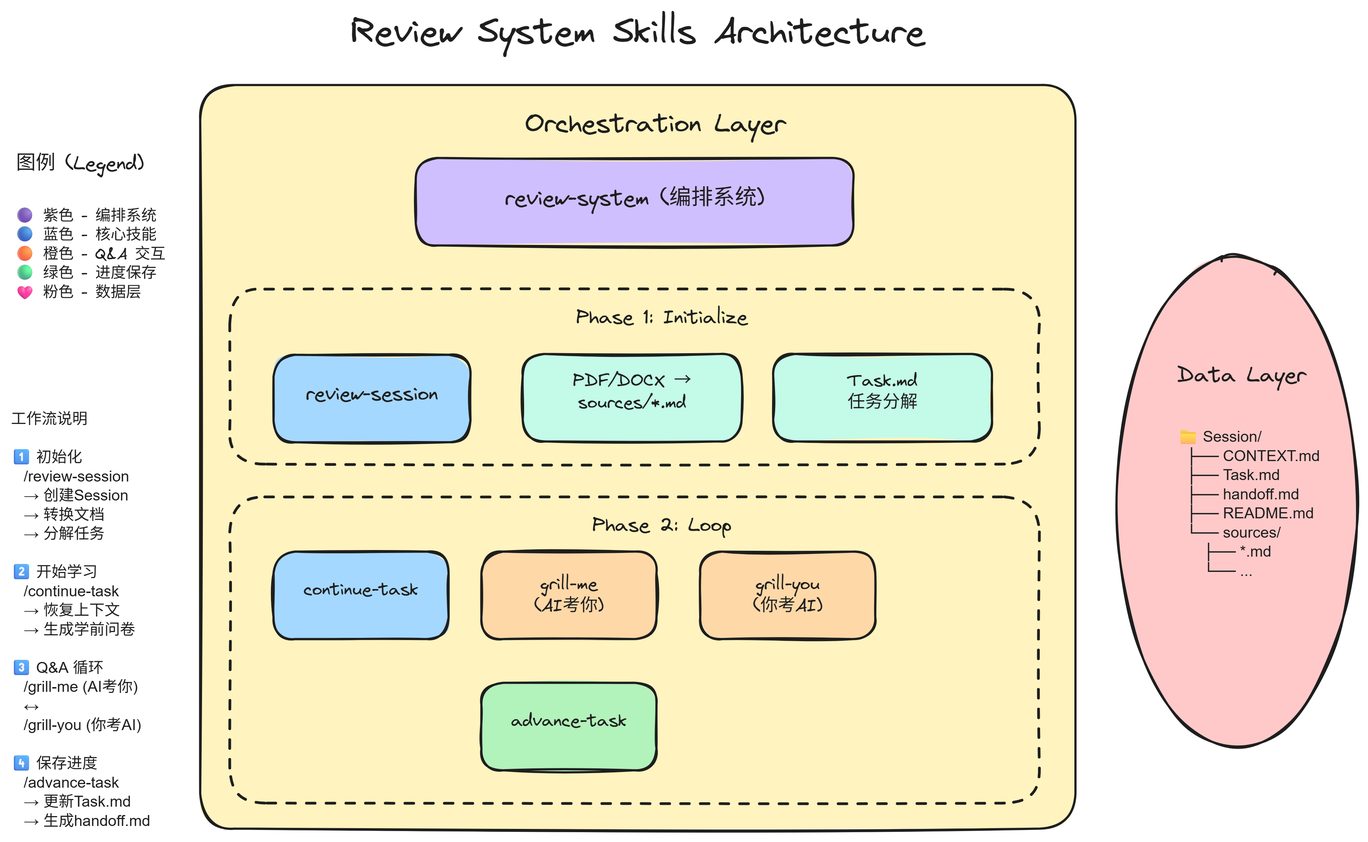
Earlier version of the Excalidraw export Review System Skills Architecture.png (Joeowo/Review-System-Skills). Source tidied: one line per element, renumbered; positions are measured from the earlier drawing's top-left corner, leaving out a move shared by most shapes.
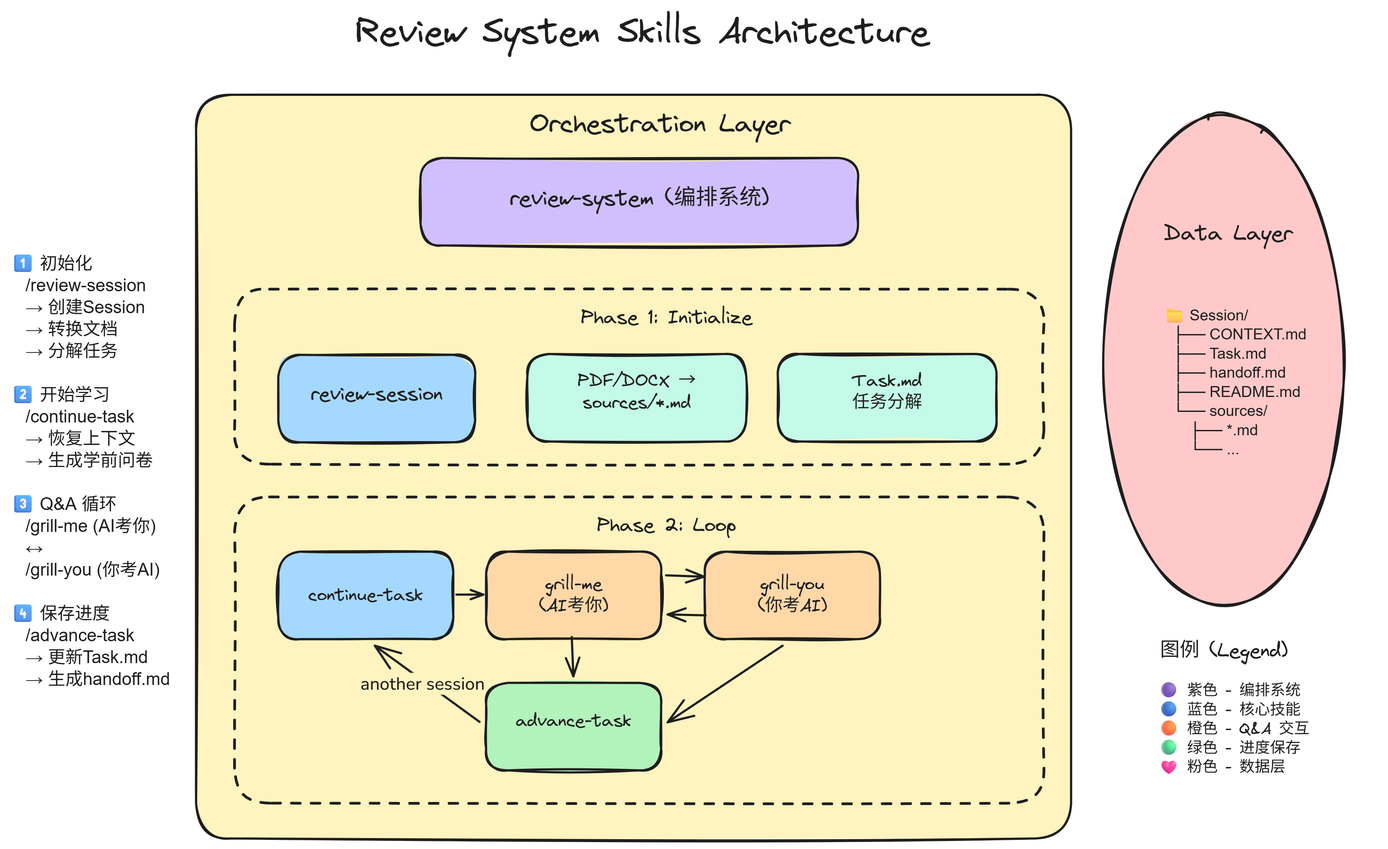
After the change.

Commit message:
Update README to align with new architecture diagram

- Simplified from 3-layer to 2-layer architecture (Orchestration + Data)
- Updated color coding legend to match new diagram
- Clarified Phase 1 (Initialize) and Phase 2 (Loop) flow

The edit, as a diff of the source:
```diff
@@ -1,5 +1,5 @@
 {"id": 0, "type": "text", "text": "Review System Skills Architecture", "strokeColor": "#1e1e1e", "strokeWidth": 2, "roughness": 1, "fontSize": 32, "fontFamily": 1, "textAlign": "center", "x": 311, "y": 0, "width": 525, "height": 40}
-{"id": 1, "type": "rectangle", "strokeColor": "#1e1e1e", "backgroundColor": "#fff3bf", "fillStyle": "solid", "strokeWidth": 2, "roughness": 1, "round": true, "x": 173, "y": 68, "width": 800, "height": 680}
+{"id": 1, "type": "rectangle", "strokeColor": "#1e1e1e", "backgroundColor": "#fff3bf", "fillStyle": "solid", "strokeWidth": 2, "roughness": 1, "round": true, "x": 165, "y": 77, "width": 800, "height": 680}
 {"id": 2, "type": "text", "text": "Orchestration Layer", "strokeColor": "#1e1e1e", "strokeWidth": 2, "roughness": 1, "fontSize": 24, "fontFamily": 1, "textAlign": "center", "verticalAlign": "middle", "x": 470, "y": 89, "width": 238, "height": 30}
 {"id": 3, "type": "rectangle", "strokeColor": "#1e1e1e", "backgroundColor": "#d0bfff", "fillStyle": "solid", "strokeWidth": 2, "roughness": 1, "round": true, "x": 370, "y": 134, "width": 400, "height": 80}
 {"id": 4, "type": "text", "text": "review-system (编排系统)", "strokeColor": "#1e1e1e", "strokeWidth": 2, "roughness": 1, "fontSize": 20, "fontFamily": 1, "textAlign": "center", "verticalAlign": "middle", "inside": 3, "x": 380, "y": 159, "width": 380, "height": 30}
@@ -14,16 +14,23 @@
 {"id": 13, "type": "rectangle", "strokeColor": "#1e1e1e", "strokeWidth": 2, "strokeStyle": "dashed", "roughness": 1, "round": true, "x": 200, "y": 444, "width": 740, "height": 280}
 {"id": 14, "type": "text", "text": "Phase 2: Loop", "strokeColor": "#1e1e1e", "strokeWidth": 2, "roughness": 1, "fontSize": 18, "fontFamily": 1, "textAlign": "center", "verticalAlign": "middle", "x": 520, "y": 459, "width": 150, "height": 25}
 {"id": 15, "type": "rectangle", "strokeColor": "#1e1e1e", "backgroundColor": "#a5d8ff", "fillStyle": "solid", "strokeWidth": 2, "roughness": 1, "round": true, "x": 240, "y": 494, "width": 160, "height": 80}
-{"id": 16, "type": "text", "text": "continue-task", "strokeColor": "#1e1e1e", "strokeWidth": 2, "roughness": 1, "fontSize": 16, "fontFamily": 1, "textAlign": "center", "verticalAlign": "middle", "inside": 15, "x": 250, "y": 519, "width": 140, "height": 30}
+{"id": 16, "type": "text", "text": "continue-task", "strokeColor": "#1e1e1e", "strokeWidth": 2, "roughness": 1, "fontSize": 16, "fontFamily": 1, "textAlign": "center", "verticalAlign": "middle", "inside": 15, "x": 268, "y": 524, "width": 105, "height": 20}
 {"id": 17, "type": "rectangle", "strokeColor": "#1e1e1e", "backgroundColor": "#ffd8a8", "fillStyle": "solid", "strokeWidth": 2, "roughness": 1, "round": true, "x": 430, "y": 494, "width": 160, "height": 80}
 {"id": 18, "type": "text", "text": "grill-me\n(AI考你)", "strokeColor": "#1e1e1e", "strokeWidth": 2, "roughness": 1, "fontSize": 16, "fontFamily": 1, "textAlign": "center", "verticalAlign": "middle", "inside": 17, "x": 478, "y": 514, "width": 63, "height": 40}
 {"id": 19, "type": "rectangle", "strokeColor": "#1e1e1e", "backgroundColor": "#ffd8a8", "fillStyle": "solid", "strokeWidth": 2, "roughness": 1, "round": true, "x": 630, "y": 494, "width": 160, "height": 80}
 {"id": 20, "type": "text", "text": "grill-you\n(你考AI)", "strokeColor": "#1e1e1e", "strokeWidth": 2, "roughness": 1, "fontSize": 16, "fontFamily": 1, "textAlign": "center", "verticalAlign": "middle", "inside": 19, "x": 678, "y": 514, "width": 63, "height": 40}
 {"id": 21, "type": "rectangle", "strokeColor": "#1e1e1e", "backgroundColor": "#b2f2bb", "fillStyle": "solid", "strokeWidth": 2, "roughness": 1, "round": true, "x": 430, "y": 614, "width": 160, "height": 80}
 {"id": 22, "type": "text", "text": "advance-task", "strokeColor": "#1e1e1e", "strokeWidth": 2, "roughness": 1, "fontSize": 16, "fontFamily": 1, "textAlign": "center", "verticalAlign": "middle", "inside": 21, "x": 440, "y": 639, "width": 140, "height": 30}
-{"id": 23, "type": "ellipse", "strokeColor": "#1e1e1e", "backgroundColor": "#ffc9c9", "fillStyle": "solid", "strokeWidth": 2, "roughness": 1, "round": true, "x": 1010, "y": 224, "width": 220, "height": 450}
+{"id": 23, "type": "ellipse", "strokeColor": "#1e1e1e", "backgroundColor": "#ffc9c9", "fillStyle": "solid", "strokeWidth": 2, "roughness": 1, "round": true, "x": 994, "y": 94, "width": 220, "height": 450}
-{"id": 24, "type": "text", "text": "Data Layer", "strokeColor": "#1e1e1e", "strokeWidth": 2, "roughness": 1, "fontSize": 20, "fontFamily": 1, "textAlign": "center", "verticalAlign": "middle", "x": 1065, "y": 321, "width": 120, "height": 30}
+{"id": 24, "type": "text", "text": "Data Layer", "strokeColor": "#1e1e1e", "strokeWidth": 2, "roughness": 1, "fontSize": 20, "fontFamily": 1, "textAlign": "center", "verticalAlign": "middle", "x": 1049, "y": 191, "width": 120, "height": 30}
-{"id": 25, "type": "text", "text": "📁 Session/\n  ├── CONTEXT.md\n  ├── Task.md\n  ├── handoff.md\n  ├── README.md\n  └── sources/\n      ├── *.md\n      └── ...", "strokeColor": "#1e1e1e", "strokeWidth": 2, "roughness": 1, "fontSize": 14, "fontFamily": 2, "x": 1066, "y": 381, "width": 160, "height": 340}
+{"id": 25, "type": "text", "text": "📁 Session/\n  ├── CONTEXT.md\n  ├── Task.md\n  ├── handoff.md\n  ├── README.md\n  └── sources/\n      ├── *.md\n      └── ...", "strokeColor": "#1e1e1e", "strokeWidth": 2, "roughness": 1, "fontSize": 14, "fontFamily": 2, "x": 1050, "y": 270, "width": 160, "height": 340}
-{"id": 26, "type": "text", "text": "图例 (Legend)", "strokeColor": "#1e1e1e", "strokeWidth": 2, "roughness": 1, "fontSize": 18, "fontFamily": 1, "verticalAlign": "middle", "x": 5, "y": 129, "width": 117, "height": 22}
+{"id": 26, "type": "text", "text": "图例 (Legend)", "strokeColor": "#1e1e1e", "strokeWidth": 2, "roughness": 1, "fontSize": 18, "fontFamily": 1, "verticalAlign": "middle", "x": 1046, "y": 574, "width": 117, "height": 22}
-{"id": 27, "type": "text", "text": "🟣 紫色 - 编排系统\n🔵 蓝色 - 核心技能\n🟠 橙色 - Q&A 交互\n🟢 绿色 - 进度保存\n🩷 粉色 - 数据层", "strokeColor": "#1e1e1e", "strokeWidth": 2, "roughness": 1, "fontSize": 14, "fontFamily": 1, "x": 3, "y": 179, "width": 200, "height": 130}
+{"id": 27, "type": "text", "text": "🟣 紫色 - 编排系统\n🔵 蓝色 - 核心技能\n🟠 橙色 - Q&A 交互\n🟢 绿色 - 进度保存\n🩷 粉色 - 数据层", "strokeColor": "#1e1e1e", "strokeWidth": 2, "roughness": 1, "fontSize": 14, "fontFamily": 1, "x": 1045, "y": 613, "width": 200, "height": 130}
-{"id": 28, "type": "text", "text": "工作流说明\n\n1️⃣ 初始化\n   /review-session\n   → 创建Session\n   → 转换文档\n   → 分解任务\n\n2️⃣ 开始学习\n   /continue-task\n   → 恢复上下文\n   → 生成学前问卷\n\n3️⃣ Q&A 循环\n   /grill-me (AI考你)\n   ↔\n   /grill-you (你考AI)\n\n4️⃣ 保存进度\n   /advance-task\n   → 更新Task.md\n   → 生成handoff.md", "strokeColor": "#1e1e1e", "backgroundColor": "#f8f9fa", "fillStyle": "solid", "strokeWidth": 2, "strokeStyle": "dashed", "roughness": 1, "fontSize": 14, "fontFamily": 2, "x": 0, "y": 365, "width": 127, "height": 385}
+{"id": 28, "type": "text", "text": "\n\n1️⃣ 初始化\n   /review-session\n   → 创建Session\n   → 转换文档\n   → 分解任务\n\n2️⃣ 开始学习\n   /continue-task\n   → 恢复上下文\n   → 生成学前问卷\n\n3️⃣ Q&A 循环\n   /grill-me (AI考你)\n   ↔\n   /grill-you (你考AI)\n\n4️⃣ 保存进度\n   /advance-task\n   → 更新Task.md\n   → 生成handoff.md", "strokeColor": "#1e1e1e", "backgroundColor": "#f8f9fa", "fillStyle": "solid", "strokeWidth": 2, "strokeStyle": "dashed", "roughness": 1, "fontSize": 16, "fontFamily": 2, "x": -4, "y": 182, "width": 146, "height": 440}
+{"id": 29, "type": "arrow", "strokeColor": "#1e1e1e", "backgroundColor": "#ffc9c9", "fillStyle": "solid", "strokeWidth": 2, "roughness": 0, "endArrowhead": "arrow", "x": 403, "y": 534, "width": 25, "height": 0, "points": [[0, 0], [25, 0]]}
+{"id": 30, "type": "arrow", "strokeColor": "#1e1e1e", "backgroundColor": "#ffc9c9", "fillStyle": "solid", "strokeWidth": 2, "roughness": 0, "endArrowhead": "arrow", "x": 595, "y": 516, "width": 35, "height": 1, "points": [[0, 0], [35, 1]]}
+{"id": 31, "type": "arrow", "strokeColor": "#1e1e1e", "backgroundColor": "#ffc9c9", "fillStyle": "solid", "strokeWidth": 2, "roughness": 0, "endArrowhead": "arrow", "from": 19, "to": 17, "x": 631, "y": 553, "width": 35, "height": 1, "points": [[0, 0], [-35, -1]]}
+{"id": 32, "type": "arrow", "strokeColor": "#1e1e1e", "backgroundColor": "#ffc9c9", "fillStyle": "solid", "strokeWidth": 2, "roughness": 0, "endArrowhead": "arrow", "from": 17, "to": 21, "x": 508, "y": 572, "width": 1, "height": 36, "points": [[0, 0], [1, 36]]}
+{"id": 33, "type": "arrow", "strokeColor": "#1e1e1e", "backgroundColor": "#ffc9c9", "fillStyle": "solid", "strokeWidth": 2, "roughness": 0, "endArrowhead": "arrow", "from": 19, "to": 21, "x": 701, "y": 580, "width": 105, "height": 70, "points": [[0, 0], [-105, 70]]}
+{"id": 34, "type": "arrow", "strokeColor": "#1e1e1e", "backgroundColor": "#ffc9c9", "fillStyle": "solid", "strokeWidth": 2, "roughness": 0, "endArrowhead": "arrow", "from": 21, "to": 15, "x": 424, "y": 650, "width": 96, "height": 70, "points": [[0, 0], [-96, -70]]}
+{"id": 35, "type": "text", "text": "another session  ", "strokeColor": "#1e1e1e", "backgroundColor": "#ffc9c9", "fillStyle": "solid", "strokeWidth": 2, "roughness": 0, "fontSize": 16, "fontFamily": 6, "textAlign": "center", "verticalAlign": "middle", "inside": 34, "x": 315, "y": 605, "width": 122, "height": 20}
```
